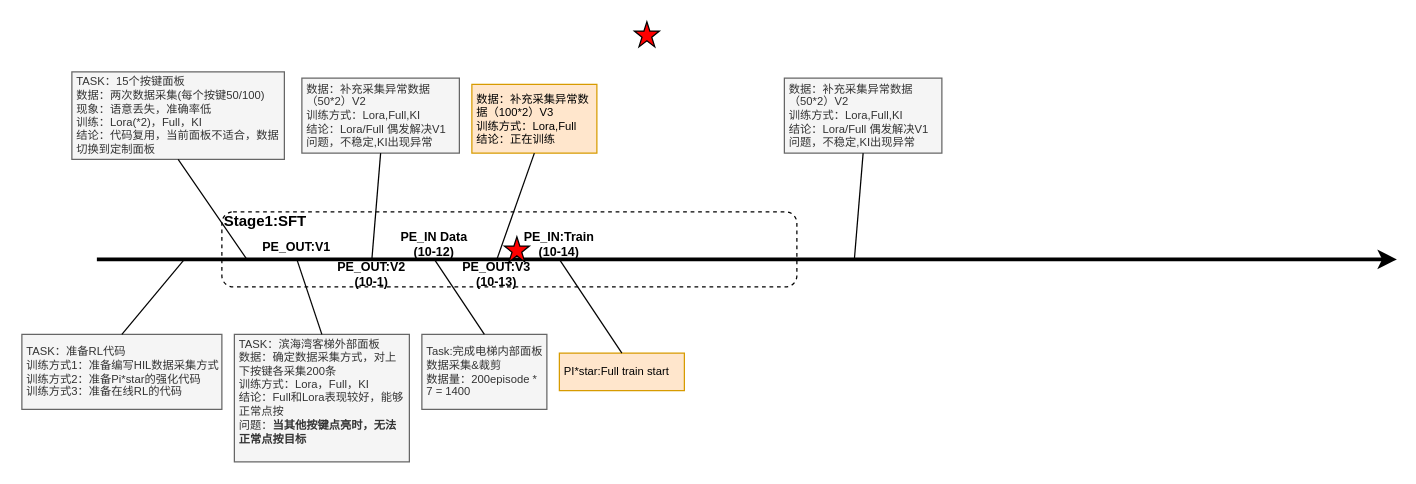
Above: LLM/VLA/VLA-电梯按键场景.drawio in mailonghua/drawio (draw.io), before the change. Source tidied: cells renumbered, new cells numbered last; positions are measured from the earlier drawing's top-left corner, leaving out a move shared by most shapes. Both pictures are drawn from the tidied source at 125%, with x=0, y=0 at pixel (21, 21).
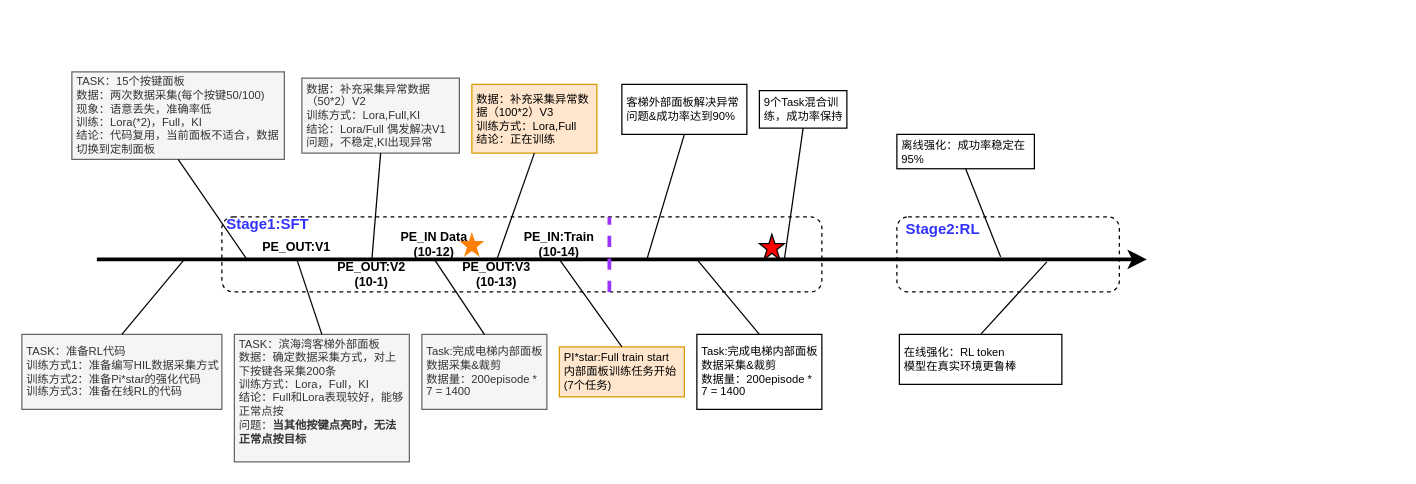
Above is the later version.

Commit message:
更新VLA-电梯按键场景.drawio

Change to the diagram source:
```diff
@@
+    <mxCell id="28" style="rounded=1;whiteSpace=wrap;html=1;dashed=1;" parent="1" vertex="1">
+      <mxGeometry x="700" y="156" width="178" height="60" as="geometry" />
+    </mxCell>
     <mxCell id="2" style="rounded=1;whiteSpace=wrap;html=1;dashed=1;" parent="1" vertex="1">
-      <mxGeometry x="160" y="152" width="460" height="60" as="geometry" />
+      <mxGeometry x="160" y="156" width="480" height="60" as="geometry" />
     </mxCell>
-    <mxCell id="3" style="endArrow=classic;html=1;rounded=0;curved=1;strokeWidth=3;" parent="1" edge="1">
-      <mxGeometry relative="1" as="geometry">
-        <mxPoint x="60" y="190" as="sourcePoint" />
-        <mxPoint x="1100" y="190" as="targetPoint" />
-      </mxGeometry>
-    </mxCell>
@@
-    <mxCell id="20" value="PI*star:Full train start" style="whiteSpace=wrap;html=1;rounded=0;arcSize=50;align=left;verticalAlign=middle;strokeWidth=1;spacing=4;newEdgeStyle={&quot;edgeStyle&quot;:&quot;entityRelationEdgeStyle&quot;,&quot;startArrow&quot;:&quot;none&quot;,&quot;endArrow&quot;:&quot;none&quot;,&quot;segment&quot;:10,&quot;curved&quot;:1,&quot;sourcePerimeterSpacing&quot;:0,&quot;targetPerimeterSpacing&quot;:0};fillColor=#ffe6cc;strokeColor=#d79b00;fontSize=9;" parent="1" vertex="1">
-      <mxGeometry x="430" y="265" width="100" height="30" as="geometry" />
+    <mxCell id="20" value="PI*star:Full train start&lt;br&gt;内部面板训练任务开始(7个任务)" style="whiteSpace=wrap;html=1;rounded=0;arcSize=50;align=left;verticalAlign=middle;strokeWidth=1;spacing=4;newEdgeStyle={&quot;edgeStyle&quot;:&quot;entityRelationEdgeStyle&quot;,&quot;startArrow&quot;:&quot;none&quot;,&quot;endArrow&quot;:&quot;none&quot;,&quot;segment&quot;:10,&quot;curved&quot;:1,&quot;sourcePerimeterSpacing&quot;:0,&quot;targetPerimeterSpacing&quot;:0};fillColor=#ffe6cc;strokeColor=#d79b00;fontSize=9;" parent="1" vertex="1">
+      <mxGeometry x="430" y="260" width="100" height="40" as="geometry" />
     </mxCell>
@@
     <mxCell id="23" style="verticalLabelPosition=bottom;verticalAlign=top;html=1;shape=mxgraph.basic.star;fillColor=#FF0000;" parent="1" vertex="1">
-      <mxGeometry x="490" width="20" height="20" as="geometry" />
+      <mxGeometry x="590" y="170" width="20" height="20" as="geometry" />
     </mxCell>
-    <mxCell id="24" style="verticalLabelPosition=bottom;verticalAlign=top;html=1;shape=mxgraph.basic.star;fillColor=#FF0000;" parent="1" vertex="1">
-      <mxGeometry x="386" y="172" width="20" height="20" as="geometry" />
-    </mxCell>
-    <mxCell id="25" value="数据：补充采集异常数据（50*2）V2&lt;br&gt;训练方式：Lora,Full,KI&lt;br&gt;结论：Lora/Full 偶发解决V1问题，不稳定,KI出现异常" style="whiteSpace=wrap;html=1;rounded=0;arcSize=50;align=left;verticalAlign=middle;strokeWidth=1;spacing=4;newEdgeStyle={&quot;edgeStyle&quot;:&quot;entityRelationEdgeStyle&quot;,&quot;startArrow&quot;:&quot;none&quot;,&quot;endArrow&quot;:&quot;none&quot;,&quot;segment&quot;:10,&quot;curved&quot;:1,&quot;sourcePerimeterSpacing&quot;:0,&quot;targetPerimeterSpacing&quot;:0};fontSize=9;fillColor=#f5f5f5;fontColor=#333333;strokeColor=#666666;" parent="1" vertex="1">
-      <mxGeometry x="610" y="45" width="126" height="60" as="geometry" />
+    <mxCell id="25" value="客梯外部面板解决异常问题&amp;amp;成功率达到90%" style="whiteSpace=wrap;html=1;rounded=0;arcSize=50;align=left;verticalAlign=middle;strokeWidth=1;spacing=4;newEdgeStyle={&quot;edgeStyle&quot;:&quot;entityRelationEdgeStyle&quot;,&quot;startArrow&quot;:&quot;none&quot;,&quot;endArrow&quot;:&quot;none&quot;,&quot;segment&quot;:10,&quot;curved&quot;:1,&quot;sourcePerimeterSpacing&quot;:0,&quot;targetPerimeterSpacing&quot;:0};fontSize=9;" parent="1" vertex="1">
+      <mxGeometry x="480" y="50" width="100" height="40" as="geometry" />
     </mxCell>
     <mxCell id="26" style="startArrow=none;endArrow=none;segment=10;sourcePerimeterSpacing=0;targetPerimeterSpacing=0;rounded=0;entryX=0.5;entryY=1;entryDx=0;entryDy=0;" parent="1" edge="1" target="25">
       <mxGeometry relative="1" as="geometry">
-        <mxPoint x="666" y="190" as="sourcePoint" />
+        <mxPoint x="500" y="190" as="sourcePoint" />
       </mxGeometry>
     </mxCell>
-    <mxCell id="27" value="Stage1:SFT" style="text;html=1;whiteSpace=wrap;strokeColor=none;fillColor=none;align=center;verticalAlign=middle;rounded=0;fontStyle=1;" parent="1" vertex="1">
-      <mxGeometry x="160" y="150" width="70" height="20" as="geometry" />
+    <mxCell id="27" value="Stage1:SFT" style="text;html=1;whiteSpace=wrap;strokeColor=none;fillColor=none;align=center;verticalAlign=middle;rounded=0;fontStyle=1;fontColor=#3333FF;" parent="1" vertex="1">
+      <mxGeometry x="162" y="152" width="70" height="20" as="geometry" />
     </mxCell>
+    <mxCell id="3" style="endArrow=classic;html=1;rounded=0;curved=1;strokeWidth=3;" parent="1" edge="1">
+      <mxGeometry relative="1" as="geometry">
+        <mxPoint x="60" y="190" as="sourcePoint" />
+        <mxPoint x="900" y="190" as="targetPoint" />
+      </mxGeometry>
+    </mxCell>
+    <mxCell id="24" style="verticalLabelPosition=bottom;verticalAlign=top;html=1;shape=mxgraph.basic.star;fillColor=#FF8000;strokeColor=none;" parent="1" vertex="1">
+      <mxGeometry x="350" y="168" width="20" height="20" as="geometry" />
+    </mxCell>
+    <mxCell id="29" value="Task:完成电梯内部面板数据采集&amp;amp;裁剪&lt;br&gt;数据量：200episode * 7 = 1400&amp;nbsp;" style="whiteSpace=wrap;html=1;rounded=0;arcSize=50;align=left;verticalAlign=middle;strokeWidth=1;spacing=4;newEdgeStyle={&quot;edgeStyle&quot;:&quot;entityRelationEdgeStyle&quot;,&quot;startArrow&quot;:&quot;none&quot;,&quot;endArrow&quot;:&quot;none&quot;,&quot;segment&quot;:10,&quot;curved&quot;:1,&quot;sourcePerimeterSpacing&quot;:0,&quot;targetPerimeterSpacing&quot;:0};fontSize=9;" parent="1" vertex="1">
+      <mxGeometry x="540" y="250" width="100" height="60" as="geometry" />
+    </mxCell>
+    <mxCell id="30" style="startArrow=none;endArrow=none;segment=10;sourcePerimeterSpacing=0;targetPerimeterSpacing=0;rounded=0;entryX=0.5;entryY=0;entryDx=0;entryDy=0;" parent="1" edge="1" target="29">
+      <mxGeometry relative="1" as="geometry">
+        <mxPoint x="540" y="190" as="sourcePoint" />
+      </mxGeometry>
+    </mxCell>
+    <mxCell id="31" value="Stage2:RL" style="text;html=1;whiteSpace=wrap;strokeColor=none;fillColor=none;align=center;verticalAlign=middle;rounded=0;fontStyle=1;fontColor=#3333FF;" parent="1" vertex="1">
+      <mxGeometry x="702" y="156" width="70" height="20" as="geometry" />
+    </mxCell>
+    <mxCell id="32" value="离线强化：成功率稳定在95%" style="whiteSpace=wrap;html=1;rounded=0;arcSize=50;align=left;verticalAlign=middle;strokeWidth=1;spacing=4;newEdgeStyle={&quot;edgeStyle&quot;:&quot;entityRelationEdgeStyle&quot;,&quot;startArrow&quot;:&quot;none&quot;,&quot;endArrow&quot;:&quot;none&quot;,&quot;segment&quot;:10,&quot;curved&quot;:1,&quot;sourcePerimeterSpacing&quot;:0,&quot;targetPerimeterSpacing&quot;:0};fontSize=9;" parent="1" vertex="1">
+      <mxGeometry x="700" y="90" width="110" height="27.5" as="geometry" />
+    </mxCell>
+    <mxCell id="33" style="startArrow=none;endArrow=none;segment=10;sourcePerimeterSpacing=0;targetPerimeterSpacing=0;rounded=0;entryX=0.5;entryY=1;entryDx=0;entryDy=0;" parent="1" edge="1" target="32">
+      <mxGeometry relative="1" as="geometry">
+        <mxPoint x="783" y="188" as="sourcePoint" />
+      </mxGeometry>
+    </mxCell>
+    <mxCell id="34" value="9个Task混合训练，成功率保持" style="whiteSpace=wrap;html=1;rounded=0;arcSize=50;align=left;verticalAlign=middle;strokeWidth=1;spacing=4;newEdgeStyle={&quot;edgeStyle&quot;:&quot;entityRelationEdgeStyle&quot;,&quot;startArrow&quot;:&quot;none&quot;,&quot;endArrow&quot;:&quot;none&quot;,&quot;segment&quot;:10,&quot;curved&quot;:1,&quot;sourcePerimeterSpacing&quot;:0,&quot;targetPerimeterSpacing&quot;:0};fontSize=9;" parent="1" vertex="1">
+      <mxGeometry x="590" y="55" width="70" height="30" as="geometry" />
+    </mxCell>
+    <mxCell id="35" style="startArrow=none;endArrow=none;segment=10;sourcePerimeterSpacing=0;targetPerimeterSpacing=0;rounded=0;entryX=0.5;entryY=1;entryDx=0;entryDy=0;" parent="1" edge="1" target="34">
+      <mxGeometry relative="1" as="geometry">
+        <mxPoint x="610" y="190" as="sourcePoint" />
+      </mxGeometry>
+    </mxCell>
+    <mxCell id="36" value="在线强化：RL token&lt;br&gt;模型在真实环境更鲁棒" style="whiteSpace=wrap;html=1;rounded=0;arcSize=50;align=left;verticalAlign=middle;strokeWidth=1;spacing=4;newEdgeStyle={&quot;edgeStyle&quot;:&quot;entityRelationEdgeStyle&quot;,&quot;startArrow&quot;:&quot;none&quot;,&quot;endArrow&quot;:&quot;none&quot;,&quot;segment&quot;:10,&quot;curved&quot;:1,&quot;sourcePerimeterSpacing&quot;:0,&quot;targetPerimeterSpacing&quot;:0};fontSize=9;" parent="1" vertex="1">
+      <mxGeometry x="702" y="250" width="130" height="40" as="geometry" />
+    </mxCell>
+    <mxCell id="37" style="startArrow=none;endArrow=none;segment=10;sourcePerimeterSpacing=0;targetPerimeterSpacing=0;rounded=0;entryX=0.5;entryY=0;entryDx=0;entryDy=0;" parent="1" edge="1" target="36">
+      <mxGeometry relative="1" as="geometry">
+        <mxPoint x="820" y="192" as="sourcePoint" />
+      </mxGeometry>
+    </mxCell>
+    <mxCell id="38" style="endArrow=none;html=1;rounded=0;curved=1;strokeWidth=3;dashed=1;strokeColor=#9933FF;" parent="1" edge="1">
+      <mxGeometry relative="1" as="geometry">
+        <mxPoint x="470" y="216" as="sourcePoint" />
+        <mxPoint x="470" y="156" as="targetPoint" />
+        <Array as="points">
+          <mxPoint x="470" y="216" />
+        </Array>
+      </mxGeometry>
+    </mxCell>
```
